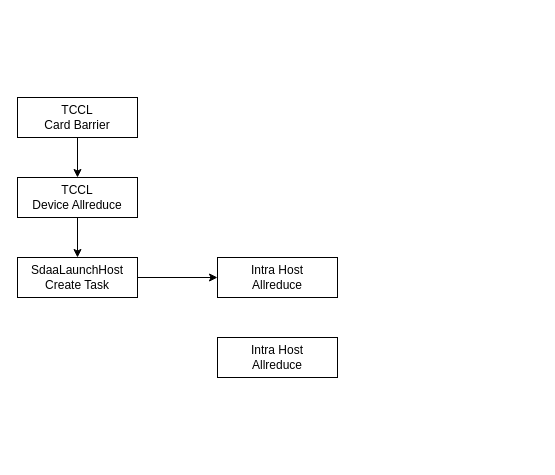
The draw.io diagram tcclworkflow.drawio in BEYHHH/SBLP, before the edit. Source tidied: cells renumbered, new cells numbered last; positions are measured from the earlier drawing's top-left corner, leaving out a move shared by most shapes. Both pictures are drawn from the tidied source at 100%, with x=0, y=0 at pixel (17, 97).
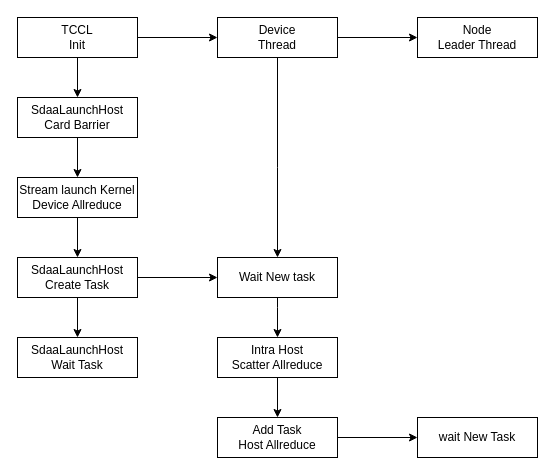
The same page after the edit.

The change refers to these unchanged cells:
```xml
<mxCell id="7" value="SdaaLaunchHost&lt;br&gt;Create Task" style="rounded=0;whiteSpace=wrap;html=1;" parent="1" vertex="1">
  <mxGeometry y="160" width="120" height="40" as="geometry" />
</mxCell>
```

Change to the diagram source:
```diff
@@
-    <mxCell id="3" value="TCCL&lt;br&gt;Device Allreduce" style="rounded=0;whiteSpace=wrap;html=1;" parent="1" vertex="1">
+    <mxCell id="3" value="Stream launch Kernel&lt;br&gt;Device Allreduce" style="rounded=0;whiteSpace=wrap;html=1;" parent="1" vertex="1">
       <mxGeometry y="80" width="120" height="40" as="geometry" />
     </mxCell>
@@
-    <mxCell id="5" value="TCCL&lt;br&gt;Card Barrier" style="rounded=0;whiteSpace=wrap;html=1;" parent="1" vertex="1">
+    <mxCell id="5" value="SdaaLaunchHost&lt;br&gt;Card Barrier" style="rounded=0;whiteSpace=wrap;html=1;" parent="1" vertex="1">
       <mxGeometry width="120" height="40" as="geometry" />
     </mxCell>
@@
+    <mxCell id="10" style="edgeStyle=orthogonalEdgeStyle;rounded=0;jettySize=auto;html=1;" parent="1" edge="1" source="7" target="13">
+      <mxGeometry relative="1" as="geometry" />
+    </mxCell>
@@
+    <mxCell id="11" style="edgeStyle=orthogonalEdgeStyle;rounded=0;jettySize=auto;html=1;" parent="1" edge="1" source="8">
+      <mxGeometry relative="1" as="geometry">
+        <mxPoint x="260" y="240" as="targetPoint" />
+        <Array as="points">
+          <mxPoint x="260" y="210" />
+          <mxPoint x="260" y="210" />
+        </Array>
+      </mxGeometry>
+    </mxCell>
-    <mxCell id="8" value="Intra Host&lt;br&gt;Allreduce" style="rounded=0;whiteSpace=wrap;html=1;" parent="1" vertex="1">
+    <mxCell id="8" value="Wait New task" style="rounded=0;whiteSpace=wrap;html=1;" parent="1" vertex="1">
       <mxGeometry x="200" y="160" width="120" height="40" as="geometry" />
     </mxCell>
+    <mxCell id="12" style="edgeStyle=orthogonalEdgeStyle;rounded=0;jettySize=auto;html=1;" parent="1" edge="1" source="9" target="21">
+      <mxGeometry relative="1" as="geometry" />
+    </mxCell>
-    <mxCell id="9" value="Intra Host&lt;br&gt;Allreduce" style="rounded=0;whiteSpace=wrap;html=1;" parent="1" vertex="1">
-      <mxGeometry x="200" y="240" width="120" height="40" as="geometry" />
+    <mxCell id="9" value="Add Task&lt;br&gt;Host Allreduce" style="rounded=0;whiteSpace=wrap;html=1;" parent="1" vertex="1">
+      <mxGeometry x="200" y="320" width="120" height="40" as="geometry" />
     </mxCell>
+    <mxCell id="13" value="SdaaLaunchHost&lt;br&gt;Wait Task" style="rounded=0;whiteSpace=wrap;html=1;" parent="1" vertex="1">
+      <mxGeometry y="240" width="120" height="40" as="geometry" />
+    </mxCell>
+    <mxCell id="14" style="edgeStyle=orthogonalEdgeStyle;rounded=0;jettySize=auto;html=1;" parent="1" edge="1" source="16" target="5">
+      <mxGeometry relative="1" as="geometry" />
+    </mxCell>
+    <mxCell id="15" style="edgeStyle=orthogonalEdgeStyle;rounded=0;jettySize=auto;html=1;" parent="1" edge="1" source="16" target="18">
+      <mxGeometry relative="1" as="geometry" />
+    </mxCell>
+    <mxCell id="16" value="TCCL&lt;br&gt;Init" style="rounded=0;whiteSpace=wrap;html=1;" parent="1" vertex="1">
+      <mxGeometry y="-80" width="120" height="40" as="geometry" />
+    </mxCell>
+    <mxCell id="17" style="edgeStyle=orthogonalEdgeStyle;rounded=0;jettySize=auto;html=1;" parent="1" edge="1" source="18" target="19">
+      <mxGeometry relative="1" as="geometry" />
+    </mxCell>
+    <mxCell id="18" value="Device&lt;br&gt;Thread" style="rounded=0;whiteSpace=wrap;html=1;" parent="1" vertex="1">
+      <mxGeometry x="200" y="-80" width="120" height="40" as="geometry" />
+    </mxCell>
+    <mxCell id="19" value="Node&lt;br&gt;Leader Thread" style="rounded=0;whiteSpace=wrap;html=1;" parent="1" vertex="1">
+      <mxGeometry x="400" y="-80" width="120" height="40" as="geometry" />
+    </mxCell>
+    <mxCell id="20" style="edgeStyle=orthogonalEdgeStyle;rounded=0;jettySize=auto;html=1;exitX=0.5;exitY=1;exitDx=0;exitDy=0;entryX=0.5;entryY=0;entryDx=0;entryDy=0;" parent="1" edge="1" source="18" target="8">
+      <mxGeometry relative="1" as="geometry">
+        <Array as="points">
+          <mxPoint x="260" y="70" />
+          <mxPoint x="260" y="70" />
+        </Array>
+      </mxGeometry>
+    </mxCell>
+    <mxCell id="21" value="wait New Task" style="rounded=0;whiteSpace=wrap;html=1;" parent="1" vertex="1">
+      <mxGeometry x="400" y="320" width="120" height="40" as="geometry" />
+    </mxCell>
+    <mxCell id="22" style="edgeStyle=orthogonalEdgeStyle;rounded=0;jettySize=auto;html=1;" parent="1" edge="1" source="23" target="9">
+      <mxGeometry relative="1" as="geometry" />
+    </mxCell>
+    <mxCell id="23" value="Intra Host&lt;br style=&quot;border-color: var(--border-color);&quot;&gt;Scatter Allreduce" style="rounded=0;whiteSpace=wrap;html=1;" parent="1" vertex="1">
+      <mxGeometry x="200" y="240" width="120" height="40" as="geometry" />
+    </mxCell>
```
